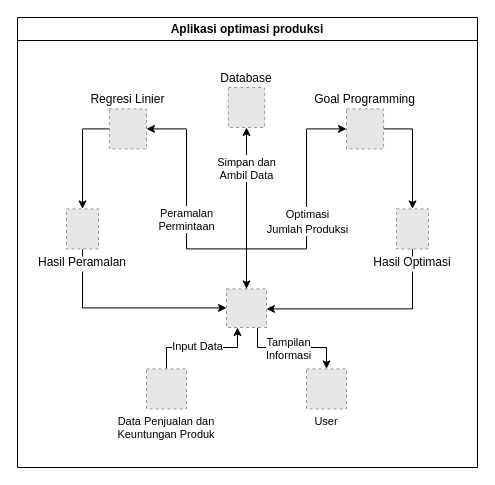
The draw.io diagram Arsitektur Teknlogi Informasi RTI.drawio in brogangin/brogangin-resolusi, before the edit. Source tidied: cells renumbered, new cells numbered last; positions are measured from the earlier drawing's top-left corner, leaving out a move shared by most shapes. Both pictures are drawn from the tidied source at 100%, with x=0, y=0 at pixel (17, 17). Pictures stored in the file or linked from it are replaced by grey dashed boxes.
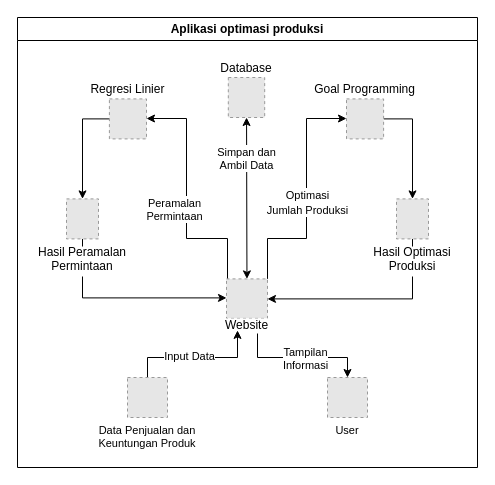
After the change.

Commit message:
Update Arsitektur Teknlogi Informasi RTI.drawio | ffix line and name of hasil and website

The change refers to these unchanged cells:
```xml
<mxCell id="2" value="Aplikasi optimasi produksi" style="swimlane;whiteSpace=wrap;html=1;" parent="1" vertex="1">
  <mxGeometry width="460" height="450" as="geometry" />
</mxCell>
```

Change to the diagram source:
```diff
@@
     <mxCell id="3" style="rounded=0;jettySize=auto;html=1;fontFamily=Helvetica;fontSize=12;fontColor=default;labelBackgroundColor=default;edgeStyle=orthogonalEdgeStyle;" parent="2" edge="1" source="4" target="21">
       <mxGeometry relative="1" as="geometry">
         <Array as="points">
-          <mxPoint x="395" y="111.4" />
+          <mxPoint x="395" y="101.4" />
         </Array>
       </mxGeometry>
     </mxCell>
     <mxCell id="4" value="Goal Programming" style="fillColor=#E6E6E6;strokeColor=#999999;dashed=1;verticalLabelPosition=top;labelBackgroundColor=default;verticalAlign=bottom;labelPosition=center;align=center;" parent="2" vertex="1">
-      <mxGeometry x="329" y="91.4" width="37.1" height="40" as="geometry" />
+      <mxGeometry x="329" y="81.4" width="37.1" height="40" as="geometry" />
     </mxCell>
     <mxCell id="5" value="Database" style="fillColor=#E6E6E6;strokeColor=#999999;dashed=1;verticalLabelPosition=top;labelBackgroundColor=default;verticalAlign=bottom;labelPosition=center;align=center;" parent="2" vertex="1">
-      <mxGeometry x="210.8" y="70" width="36.4" height="40" as="geometry" />
+      <mxGeometry x="210.8" y="60" width="36.4" height="40" as="geometry" />
     </mxCell>
     <mxCell id="6" style="rounded=0;jettySize=auto;html=1;fontFamily=Helvetica;fontSize=12;fontColor=default;labelBackgroundColor=default;edgeStyle=orthogonalEdgeStyle;" parent="2" edge="1" source="13" target="16">
       <mxGeometry relative="1" as="geometry">
         <Array as="points">
-          <mxPoint x="229" y="231.4" />
-          <mxPoint x="169" y="231.4" />
-          <mxPoint x="169" y="111.4" />
+          <mxPoint x="210" y="221" />
+          <mxPoint x="169" y="221" />
+          <mxPoint x="169" y="101" />
         </Array>
       </mxGeometry>
     </mxCell>
@@
     <mxCell id="8" style="rounded=0;jettySize=auto;html=1;fontFamily=Helvetica;fontSize=12;fontColor=default;labelBackgroundColor=default;edgeStyle=orthogonalEdgeStyle;" parent="2" edge="1" source="13" target="4">
       <mxGeometry relative="1" as="geometry">
         <Array as="points">
-          <mxPoint x="229" y="231.4" />
-          <mxPoint x="289" y="231.4" />
-          <mxPoint x="289" y="111.4" />
+          <mxPoint x="250" y="281" />
+          <mxPoint x="250" y="221" />
+          <mxPoint x="289" y="221" />
+          <mxPoint x="289" y="101" />
         </Array>
       </mxGeometry>
     </mxCell>
@@
-    <mxCell id="10" style="rounded=0;jettySize=auto;html=1;fontFamily=Helvetica;fontSize=12;fontColor=default;labelBackgroundColor=default;edgeStyle=orthogonalEdgeStyle;" parent="2" edge="1" source="13" target="14">
+    <mxCell id="10" style="rounded=0;jettySize=auto;html=1;fontFamily=Helvetica;fontSize=12;fontColor=default;labelBackgroundColor=default;edgeStyle=orthogonalEdgeStyle;sourcePerimeterSpacing=12;" parent="2" edge="1" source="13" target="14">
       <mxGeometry relative="1" as="geometry">
         <Array as="points">
-          <mxPoint x="240" y="330" />
-          <mxPoint x="309" y="330" />
+          <mxPoint x="240" y="340" />
+          <mxPoint x="330" y="340" />
         </Array>
       </mxGeometry>
     </mxCell>
     <mxCell id="11" value="&lt;font style=&quot;font-size: 11px;&quot;&gt;Tampilan&lt;/font&gt;&lt;div style=&quot;font-size: 11px;&quot;&gt;&lt;font style=&quot;font-size: 11px;&quot;&gt;Informasi&lt;/font&gt;&lt;/div&gt;" style="edgeLabel;html=1;align=center;verticalAlign=middle;strokeColor=default;fontFamily=Helvetica;fontSize=12;fontColor=default;labelBackgroundColor=default;fillColor=default;" parent="10" vertex="1">
       <mxGeometry x="-0.26" y="1" relative="1" as="geometry">
-        <mxPoint x="9" y="1" as="offset" />
+        <mxPoint x="24" y="1" as="offset" />
       </mxGeometry>
     </mxCell>
@@
-    <mxCell id="13" style="fillColor=#E6E6E6;strokeColor=#999999;dashed=1;verticalLabelPosition=bottom;labelBackgroundColor=default;verticalAlign=top;align=center;fontFamily=Helvetica;fontSize=12;fontColor=default;" parent="2" vertex="1">
-      <mxGeometry x="209" y="271.4" width="40" height="38.6" as="geometry" />
+    <mxCell id="13" value="Website" style="fillColor=#E6E6E6;strokeColor=#999999;dashed=1;verticalLabelPosition=bottom;labelBackgroundColor=default;verticalAlign=top;align=center;fontFamily=Helvetica;fontSize=12;fontColor=default;labelPosition=center;spacing=-5;" parent="2" vertex="1">
+      <mxGeometry x="209" y="261.4" width="41" height="39.5" as="geometry" />
     </mxCell>
     <mxCell id="14" value="User" style="fillColor=#E6E6E6;strokeColor=#999999;dashed=1;verticalLabelPosition=bottom;labelBackgroundColor=default;verticalAlign=top;fontSize=11;" parent="2" vertex="1">
-      <mxGeometry x="289" y="351.4" width="40" height="40" as="geometry" />
+      <mxGeometry x="310" y="360" width="40" height="40" as="geometry" />
     </mxCell>
@@
     <mxCell id="16" value="Regresi Linier" style="fillColor=#E6E6E6;strokeColor=#999999;dashed=1;verticalLabelPosition=top;labelBackgroundColor=default;verticalAlign=bottom;labelPosition=center;align=center;" parent="2" vertex="1">
-      <mxGeometry x="91.9" y="91.4" width="37.1" height="40" as="geometry" />
+      <mxGeometry x="91.9" y="81.4" width="37.1" height="40" as="geometry" />
     </mxCell>
-    <mxCell id="17" style="rounded=0;jettySize=auto;html=1;fontFamily=Helvetica;fontSize=12;fontColor=default;labelBackgroundColor=default;edgeStyle=orthogonalEdgeStyle;" parent="2" edge="1" source="19" target="13">
+    <mxCell id="17" style="rounded=0;jettySize=auto;html=1;fontFamily=Helvetica;fontSize=12;fontColor=default;labelBackgroundColor=default;edgeStyle=orthogonalEdgeStyle;targetPerimeterSpacing=12;" parent="2" edge="1" source="19" target="13">
       <mxGeometry relative="1" as="geometry">
         <Array as="points">
-          <mxPoint x="149" y="330" />
-          <mxPoint x="220" y="330" />
+          <mxPoint x="130" y="340" />
+          <mxPoint x="220" y="340" />
         </Array>
       </mxGeometry>
     </mxCell>
@@
     <mxCell id="19" value="Data Penjualan dan&#10;Keuntungan Produk" style="fillColor=#E6E6E6;strokeColor=#999999;dashed=1;verticalLabelPosition=bottom;labelBackgroundColor=default;verticalAlign=top;align=center;fontFamily=Helvetica;fontSize=11;fontColor=default;" parent="2" vertex="1">
-      <mxGeometry x="129" y="351.4" width="40" height="40" as="geometry" />
+      <mxGeometry x="110" y="360" width="40" height="40" as="geometry" />
     </mxCell>
     <mxCell id="20" style="rounded=0;jettySize=auto;html=1;fontFamily=Helvetica;fontSize=12;fontColor=default;labelBackgroundColor=default;edgeStyle=orthogonalEdgeStyle;" parent="2" edge="1" source="21" target="13">
       <mxGeometry relative="1" as="geometry">
         <Array as="points">
-          <mxPoint x="395" y="291.4" />
+          <mxPoint x="395" y="281.4" />
         </Array>
       </mxGeometry>
     </mxCell>
-    <mxCell id="21" value="Hasil Optimasi" style="fillColor=#E6E6E6;strokeColor=#999999;dashed=1;verticalLabelPosition=bottom;labelBackgroundColor=default;verticalAlign=top;align=center;fontFamily=Helvetica;fontSize=12;fontColor=default;" parent="2" vertex="1">
-      <mxGeometry x="379" y="191.4" width="32" height="40" as="geometry" />
+    <mxCell id="21" value="Hasil Optimasi&#10;Produksi" style="fillColor=#E6E6E6;strokeColor=#999999;dashed=1;verticalLabelPosition=bottom;labelBackgroundColor=default;verticalAlign=top;align=center;fontFamily=Helvetica;fontSize=12;fontColor=default;" parent="2" vertex="1">
+      <mxGeometry x="379" y="181.4" width="32" height="40" as="geometry" />
     </mxCell>
     <mxCell id="22" style="rounded=0;jettySize=auto;html=1;fontFamily=Helvetica;fontSize=12;fontColor=default;labelBackgroundColor=default;edgeStyle=orthogonalEdgeStyle;" parent="2" edge="1" source="23" target="13">
       <mxGeometry relative="1" as="geometry">
         <Array as="points">
-          <mxPoint x="65" y="290.4" />
+          <mxPoint x="65" y="280.4" />
         </Array>
       </mxGeometry>
     </mxCell>
-    <mxCell id="23" value="Hasil Peramalan" style="fillColor=#E6E6E6;strokeColor=#999999;dashed=1;verticalLabelPosition=bottom;labelBackgroundColor=default;verticalAlign=top;align=center;fontFamily=Helvetica;fontSize=12;fontColor=default;" parent="2" vertex="1">
-      <mxGeometry x="49" y="191.4" width="32" height="40" as="geometry" />
+    <mxCell id="23" value="Hasil Peramalan&#10;Permintaan" style="fillColor=#E6E6E6;strokeColor=#999999;dashed=1;verticalLabelPosition=bottom;labelBackgroundColor=default;verticalAlign=top;align=center;fontFamily=Helvetica;fontSize=12;fontColor=default;" parent="2" vertex="1">
+      <mxGeometry x="49" y="181.4" width="32" height="40" as="geometry" />
     </mxCell>
```
